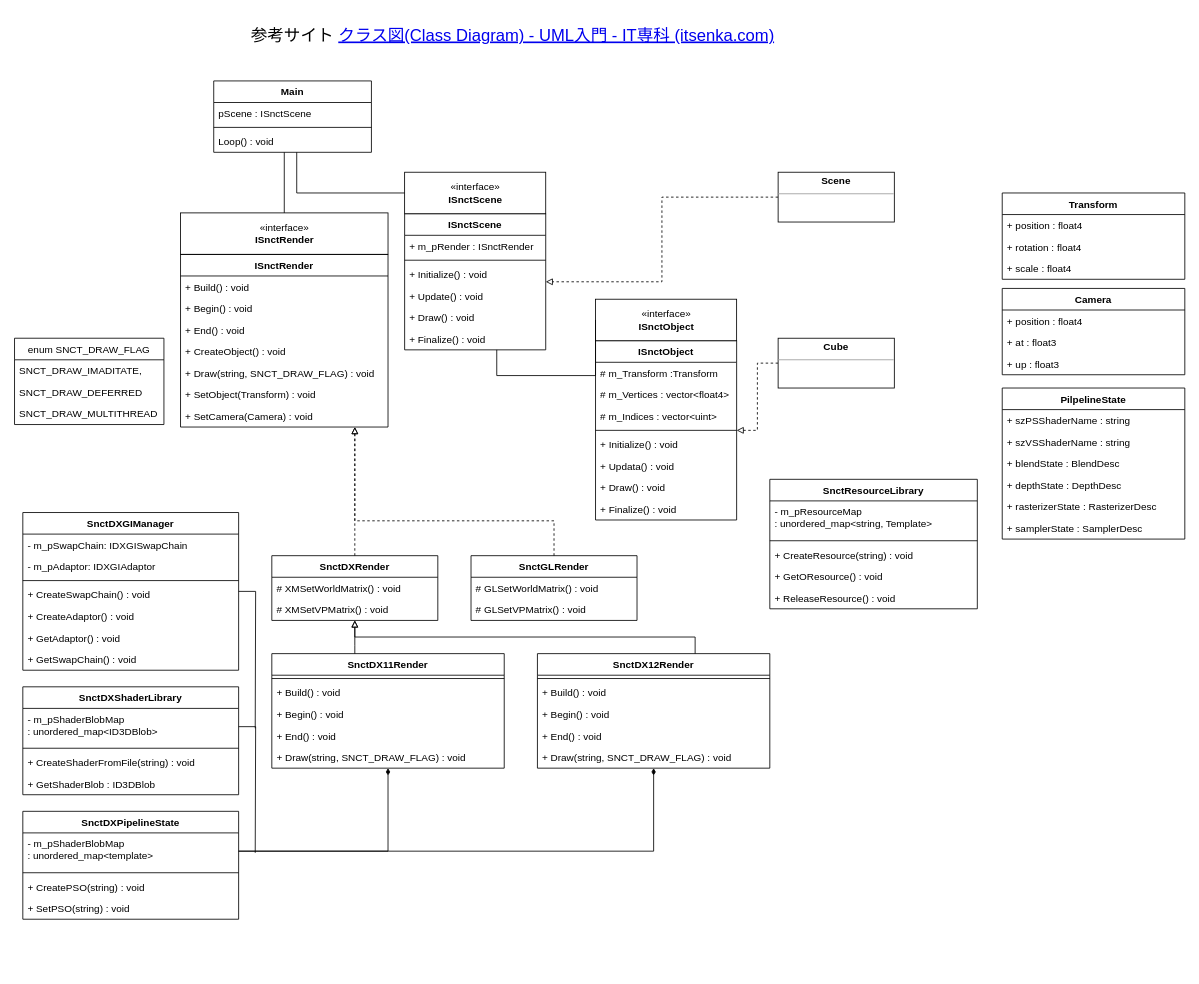
Gucci8312/AbtractionLayer keeps this draw.io diagram as Untitled Diagram.drawio. Above is the earlier version. Source tidied: cells renumbered, new cells numbered last; positions are measured from the earlier drawing's top-left corner, leaving out a move shared by most shapes. Both pictures are drawn from the tidied source at 83%, with x=0, y=0 at pixel (14, 22).
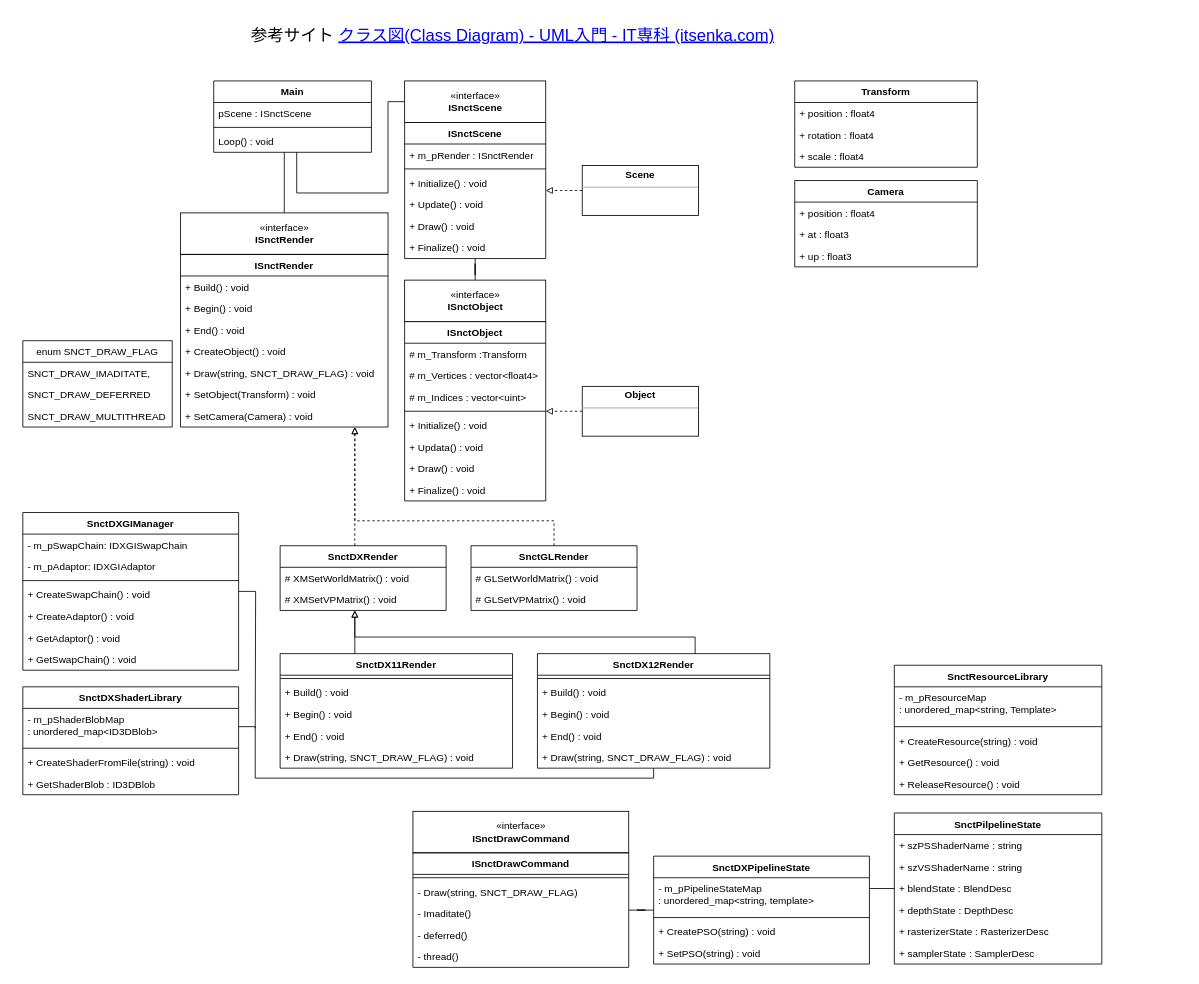
The same page after the edit.

The change refers to these unchanged cells:
```xml
<mxCell id="14" value="ISnctScene" style="swimlane;fontStyle=1;horizontal=1;startSize=26;fillColor=none;fontSize=12;" parent="13" vertex="1">
  <mxGeometry y="50" width="170" height="164" as="geometry" />
</mxCell>
<mxCell id="21" value="«interface»&lt;br&gt;&lt;b&gt;ISnctScene&lt;/b&gt;" style="html=1;fontSize=12;" parent="13" vertex="1">
  <mxGeometry width="170" height="50" as="geometry" />
</mxCell>
<mxCell id="32" value="«interface»&lt;br&gt;&lt;b&gt;ISnctObject&lt;/b&gt;" style="html=1;fontSize=12;" parent="22" vertex="1">
  <mxGeometry width="170" height="50" as="geometry" />
</mxCell>
<mxCell id="78" value="SnctDX12Render" style="swimlane;fontStyle=1;align=center;verticalAlign=top;horizontal=1;startSize=26;fontSize=12;fillColor=none;" parent="1" vertex="1">
  <mxGeometry x="630" y="760" width="280" height="138" as="geometry" />
</mxCell>
<mxCell id="84" value="Main" style="swimlane;fontStyle=1;align=center;verticalAlign=top;horizontal=1;startSize=26;fontSize=12;fillColor=none;" parent="1" vertex="1">
  <mxGeometry x="240" y="70" width="190" height="86" as="geometry" />
</mxCell>
<mxCell id="90" value="- m_pShaderBlobMap&#10;: unordered_map&lt;ID3DBlob&gt;" style="text;strokeColor=none;fillColor=none;align=left;verticalAlign=top;spacingLeft=4;spacingRight=4;overflow=hidden;points=[[0,0.5],[1,0.5]];portConstraint=eastwest;fontSize=12;" parent="89" vertex="1">
  <mxGeometry y="26" width="260" height="44" as="geometry" />
</mxCell>
```

Change to the diagram source:
```diff
@@
     <mxCell id="13" style="group;" parent="1" vertex="1">
-      <mxGeometry x="470" y="180" width="170" height="154" as="geometry" />
+      <mxGeometry x="470" y="70" width="170" height="154" as="geometry" />
     </mxCell>
@@
     <mxCell id="22" style="group;" parent="1" vertex="1">
-      <mxGeometry x="700" y="333" width="170" height="154" as="geometry" />
+      <mxGeometry x="470" y="310" width="170" height="154" as="geometry" />
     </mxCell>
@@
-    <mxCell id="33" style="edgeStyle=orthogonalEdgeStyle;rounded=0;jettySize=auto;html=1;exitX=0;exitY=0.5;exitDx=0;exitDy=0;fontSize=12;endArrow=none;endFill=0;" parent="1" edge="1" source="32" target="14">
-      <mxGeometry relative="1" as="geometry">
-        <Array as="points">
-          <mxPoint x="581" y="425" />
-        </Array>
-      </mxGeometry>
+    <mxCell id="33" style="edgeStyle=orthogonalEdgeStyle;rounded=0;jettySize=auto;html=1;fontSize=12;endArrow=none;endFill=0;" parent="1" edge="1" source="32" target="14">
+      <mxGeometry relative="1" as="geometry" />
     </mxCell>
@@
     <mxCell id="35" value="&lt;p style=&quot;margin: 0px ; margin-top: 4px ; text-align: center&quot;&gt;&lt;b&gt;Scene&lt;/b&gt;&lt;/p&gt;&lt;div style=&quot;height: 2px&quot;&gt;&lt;/div&gt;&lt;hr size=&quot;1&quot;&gt;&lt;div style=&quot;height: 2px&quot;&gt;&lt;/div&gt;" style="verticalAlign=top;align=left;overflow=fill;fontSize=12;fontFamily=Helvetica;html=1;" parent="1" vertex="1">
-      <mxGeometry x="920" y="180" width="140" height="60" as="geometry" />
+      <mxGeometry x="684" y="172" width="140" height="60" as="geometry" />
     </mxCell>
@@
-    <mxCell id="37" value="&lt;p style=&quot;margin: 0px ; margin-top: 4px ; text-align: center&quot;&gt;&lt;b&gt;Cube&lt;/b&gt;&lt;/p&gt;&lt;div style=&quot;height: 2px&quot;&gt;&lt;/div&gt;&lt;hr size=&quot;1&quot;&gt;&lt;div style=&quot;height: 2px&quot;&gt;&lt;/div&gt;" style="verticalAlign=top;align=left;overflow=fill;fontSize=12;fontFamily=Helvetica;html=1;" parent="1" vertex="1">
-      <mxGeometry x="920" y="380" width="140" height="60" as="geometry" />
+    <mxCell id="37" value="&lt;p style=&quot;margin: 0px ; margin-top: 4px ; text-align: center&quot;&gt;&lt;b&gt;Object&lt;/b&gt;&lt;/p&gt;&lt;div style=&quot;height: 2px&quot;&gt;&lt;/div&gt;&lt;hr size=&quot;1&quot;&gt;&lt;div style=&quot;height: 2px&quot;&gt;&lt;/div&gt;" style="verticalAlign=top;align=left;overflow=fill;fontSize=12;fontFamily=Helvetica;html=1;" parent="1" vertex="1">
+      <mxGeometry x="684" y="438" width="140" height="60" as="geometry" />
     </mxCell>
     <mxCell id="38" value="Transform" style="swimlane;fontStyle=1;align=center;verticalAlign=top;horizontal=1;startSize=26;fontSize=12;fillColor=none;" parent="1" vertex="1">
-      <mxGeometry x="1190" y="205" width="220" height="104" as="geometry" />
+      <mxGeometry x="940" y="70" width="220" height="104" as="geometry" />
     </mxCell>
@@
     <mxCell id="42" value="Camera" style="swimlane;fontStyle=1;align=center;verticalAlign=top;horizontal=1;startSize=26;fontSize=12;fillColor=none;" parent="1" vertex="1">
-      <mxGeometry x="1190" y="320" width="220" height="104" as="geometry" />
+      <mxGeometry x="940" y="190" width="220" height="104" as="geometry" />
     </mxCell>
@@
+    <mxCell id="113" style="edgeStyle=orthogonalEdgeStyle;rounded=0;jettySize=auto;html=1;fontSize=12;endArrow=none;endFill=0;" parent="1" edge="1" source="46" target="101">
+      <mxGeometry relative="1" as="geometry">
+        <Array as="points">
+          <mxPoint x="1100" y="1080" />
+          <mxPoint x="1100" y="1080" />
+        </Array>
+      </mxGeometry>
+    </mxCell>
-    <mxCell id="46" value="PilpelineState" style="swimlane;fontStyle=1;align=center;verticalAlign=top;horizontal=1;startSize=26;fontSize=12;fillColor=none;" parent="1" vertex="1">
-      <mxGeometry x="1190" y="440" width="220" height="182" as="geometry" />
+    <mxCell id="46" value="SnctPilpelineState" style="swimlane;fontStyle=1;align=center;verticalAlign=top;horizontal=1;startSize=26;fontSize=12;fillColor=none;" parent="1" vertex="1">
+      <mxGeometry x="1060" y="952" width="250" height="182" as="geometry" />
     </mxCell>
     <mxCell id="47" value="+ szPSShaderName : string" style="text;strokeColor=none;fillColor=none;align=left;verticalAlign=top;spacingLeft=4;spacingRight=4;overflow=hidden;fontSize=12;" parent="46" vertex="1">
-      <mxGeometry y="26" width="220" height="26" as="geometry" />
+      <mxGeometry y="26" width="250" height="26" as="geometry" />
     </mxCell>
     <mxCell id="48" value="+ szVSShaderName : string" style="text;strokeColor=none;fillColor=none;align=left;verticalAlign=top;spacingLeft=4;spacingRight=4;overflow=hidden;fontSize=12;" parent="46" vertex="1">
-      <mxGeometry y="52" width="220" height="26" as="geometry" />
+      <mxGeometry y="52" width="250" height="26" as="geometry" />
     </mxCell>
     <mxCell id="49" value="+ blendState : BlendDesc" style="text;strokeColor=none;fillColor=none;align=left;verticalAlign=top;spacingLeft=4;spacingRight=4;overflow=hidden;fontSize=12;" parent="46" vertex="1">
-      <mxGeometry y="78" width="220" height="26" as="geometry" />
+      <mxGeometry y="78" width="250" height="26" as="geometry" />
     </mxCell>
     <mxCell id="50" value="+ depthState : DepthDesc" style="text;strokeColor=none;fillColor=none;align=left;verticalAlign=top;spacingLeft=4;spacingRight=4;overflow=hidden;fontSize=12;" parent="46" vertex="1">
-      <mxGeometry y="104" width="220" height="26" as="geometry" />
+      <mxGeometry y="104" width="250" height="26" as="geometry" />
     </mxCell>
     <mxCell id="51" value="+ rasterizerState : RasterizerDesc" style="text;strokeColor=none;fillColor=none;align=left;verticalAlign=top;spacingLeft=4;spacingRight=4;overflow=hidden;fontSize=12;" parent="46" vertex="1">
-      <mxGeometry y="130" width="220" height="26" as="geometry" />
+      <mxGeometry y="130" width="250" height="26" as="geometry" />
     </mxCell>
     <mxCell id="52" value="+ samplerState : SamplerDesc" style="text;strokeColor=none;fillColor=none;align=left;verticalAlign=top;spacingLeft=4;spacingRight=4;overflow=hidden;fontSize=12;" parent="46" vertex="1">
-      <mxGeometry y="156" width="220" height="26" as="geometry" />
+      <mxGeometry y="156" width="250" height="26" as="geometry" />
     </mxCell>
@@
     <mxCell id="54" value="SnctDXRender" style="swimlane;fontStyle=1;horizontal=1;startSize=26;fillColor=none;fontSize=12;" parent="1" vertex="1">
-      <mxGeometry x="310" y="642" width="200" height="78" as="geometry" />
+      <mxGeometry x="320" y="630" width="200" height="78" as="geometry" />
     </mxCell>
@@
     <mxCell id="58" value="SnctGLRender" style="swimlane;fontStyle=1;horizontal=1;startSize=26;fillColor=none;fontSize=12;" parent="1" vertex="1">
-      <mxGeometry x="550" y="642" width="200" height="78" as="geometry" />
+      <mxGeometry x="550" y="630" width="200" height="78" as="geometry" />
     </mxCell>
@@
     <mxCell id="71" value="SnctDX11Render" style="swimlane;fontStyle=1;align=center;verticalAlign=top;horizontal=1;startSize=26;fontSize=12;fillColor=none;" parent="1" vertex="1">
-      <mxGeometry x="310" y="760" width="280" height="138" as="geometry" />
+      <mxGeometry x="320" y="760" width="280" height="138" as="geometry" />
     </mxCell>
@@
     <mxCell id="88" style="edgeStyle=orthogonalEdgeStyle;rounded=0;jettySize=auto;html=1;fontSize=12;endArrow=none;endFill=0;" parent="1" edge="1" source="21" target="84">
       <mxGeometry relative="1" as="geometry">
         <Array as="points">
+          <mxPoint x="450" y="95" />
+          <mxPoint x="450" y="205" />
           <mxPoint x="340" y="205" />
         </Array>
       </mxGeometry>
     </mxCell>
@@
     <mxCell id="94" value="SnctResourceLibrary" style="swimlane;fontStyle=1;align=center;verticalAlign=top;horizontal=1;startSize=26;fontSize=12;fillColor=none;" parent="1" vertex="1">
-      <mxGeometry x="910" y="550" width="250" height="156" as="geometry" />
+      <mxGeometry x="1060" y="774" width="250" height="156" as="geometry" />
     </mxCell>
@@
-    <mxCell id="98" value="+ GetOResource() : void" style="text;strokeColor=none;fillColor=none;align=left;verticalAlign=top;spacingLeft=4;spacingRight=4;overflow=hidden;fontSize=12;" parent="94" vertex="1">
+    <mxCell id="98" value="+ GetResource() : void" style="text;strokeColor=none;fillColor=none;align=left;verticalAlign=top;spacingLeft=4;spacingRight=4;overflow=hidden;fontSize=12;" parent="94" vertex="1">
       <mxGeometry y="104" width="250" height="26" as="geometry" />
     </mxCell>
@@
     <mxCell id="101" value="SnctDXPipelineState" style="swimlane;fontStyle=1;align=center;verticalAlign=top;horizontal=1;startSize=26;fontSize=12;fillColor=none;" parent="1" vertex="1">
-      <mxGeometry x="10" y="950" width="260" height="130" as="geometry" />
+      <mxGeometry x="770" y="1004" width="260" height="130" as="geometry" />
     </mxCell>
-    <mxCell id="102" value="- m_pShaderBlobMap&#10;: unordered_map&lt;template&gt;" style="text;strokeColor=none;fillColor=none;align=left;verticalAlign=top;spacingLeft=4;spacingRight=4;overflow=hidden;points=[[0,0.5],[1,0.5]];portConstraint=eastwest;fontSize=12;" parent="101" vertex="1">
+    <mxCell id="102" value="- m_pPipelineStateMap&#10;: unordered_map&lt;string, template&gt;" style="text;strokeColor=none;fillColor=none;align=left;verticalAlign=top;spacingLeft=4;spacingRight=4;overflow=hidden;points=[[0,0.5],[1,0.5]];portConstraint=eastwest;fontSize=12;" parent="101" vertex="1">
       <mxGeometry y="26" width="260" height="44" as="geometry" />
     </mxCell>
@@
     <mxCell id="106" value="enum SNCT_DRAW_FLAG" style="swimlane;fontStyle=0;horizontal=1;startSize=26;fillColor=none;fontSize=12;" parent="1" vertex="1">
-      <mxGeometry y="380" width="180" height="104" as="geometry" />
+      <mxGeometry x="10" y="383" width="180" height="104" as="geometry" />
     </mxCell>
@@
-    <mxCell id="110" style="edgeStyle=orthogonalEdgeStyle;rounded=0;jettySize=auto;html=1;fontSize=12;endArrow=diamondThin;endFill=1;" parent="1" edge="1" source="102" target="71">
-      <mxGeometry relative="1" as="geometry" />
-    </mxCell>
-    <mxCell id="111" style="edgeStyle=orthogonalEdgeStyle;rounded=0;jettySize=auto;html=1;fontSize=12;endArrow=none;endFill=0;" parent="1" edge="1" source="90">
+    <mxCell id="111" style="edgeStyle=orthogonalEdgeStyle;rounded=0;jettySize=auto;html=1;fontSize=12;endArrow=none;endFill=0;" parent="1" edge="1" source="90" target="78">
       <mxGeometry relative="1" as="geometry">
-        <mxPoint x="290" y="1000" as="targetPoint" />
+        <Array as="points">
+          <mxPoint x="290" y="848" />
+          <mxPoint x="290" y="910" />
+          <mxPoint x="770" y="910" />
+        </Array>
       </mxGeometry>
     </mxCell>
-    <mxCell id="112" style="edgeStyle=orthogonalEdgeStyle;rounded=0;jettySize=auto;html=1;fontSize=12;endArrow=diamondThin;endFill=1;" parent="1" edge="1" source="102" target="78">
+    <mxCell id="112" style="edgeStyle=orthogonalEdgeStyle;rounded=0;jettySize=auto;html=1;fontSize=12;endArrow=none;endFill=0;" parent="1" edge="1" source="101" target="115">
       <mxGeometry relative="1" as="geometry" />
     </mxCell>
+    <mxCell id="114" style="group;" parent="1" vertex="1">
+      <mxGeometry x="480" y="950" width="260" height="136" as="geometry" />
+    </mxCell>
+    <mxCell id="115" value="ISnctDrawCommand" style="swimlane;fontStyle=1;align=center;verticalAlign=top;horizontal=1;startSize=26;fontSize=12;fillColor=none;" parent="114" vertex="1">
+      <mxGeometry y="50" width="260" height="138" as="geometry" />
+    </mxCell>
+    <mxCell id="116" style="line;strokeWidth=1;fillColor=none;align=left;verticalAlign=middle;spacingTop=-1;spacingLeft=3;spacingRight=3;labelPosition=right;fontSize=12;" parent="115" vertex="1">
+      <mxGeometry y="26" width="260" height="8" as="geometry" />
+    </mxCell>
+    <mxCell id="117" value="- Draw(string, SNCT_DRAW_FLAG)" style="text;strokeColor=none;fillColor=none;align=left;verticalAlign=top;spacingLeft=4;spacingRight=4;overflow=hidden;fontSize=12;" parent="115" vertex="1">
+      <mxGeometry y="34" width="260" height="26" as="geometry" />
+    </mxCell>
+    <mxCell id="118" value="- Imaditate()" style="text;strokeColor=none;fillColor=none;align=left;verticalAlign=top;spacingLeft=4;spacingRight=4;overflow=hidden;fontSize=12;" parent="115" vertex="1">
+      <mxGeometry y="60" width="260" height="26" as="geometry" />
+    </mxCell>
+    <mxCell id="119" value="- deferred()" style="text;strokeColor=none;fillColor=none;align=left;verticalAlign=top;spacingLeft=4;spacingRight=4;overflow=hidden;fontSize=12;" parent="115" vertex="1">
+      <mxGeometry y="86" width="260" height="26" as="geometry" />
+    </mxCell>
+    <mxCell id="120" value="- thread()" style="text;strokeColor=none;fillColor=none;align=left;verticalAlign=top;spacingLeft=4;spacingRight=4;overflow=hidden;fontSize=12;" parent="115" vertex="1">
+      <mxGeometry y="112" width="260" height="26" as="geometry" />
+    </mxCell>
+    <mxCell id="121" value="«interface»&lt;br&gt;&lt;span style=&quot;font-weight: 700&quot;&gt;ISnctDrawCommand&lt;/span&gt;" style="html=1;fontSize=12;fillColor=none;" parent="114" vertex="1">
+      <mxGeometry width="260" height="50" as="geometry" />
+    </mxCell>
```
